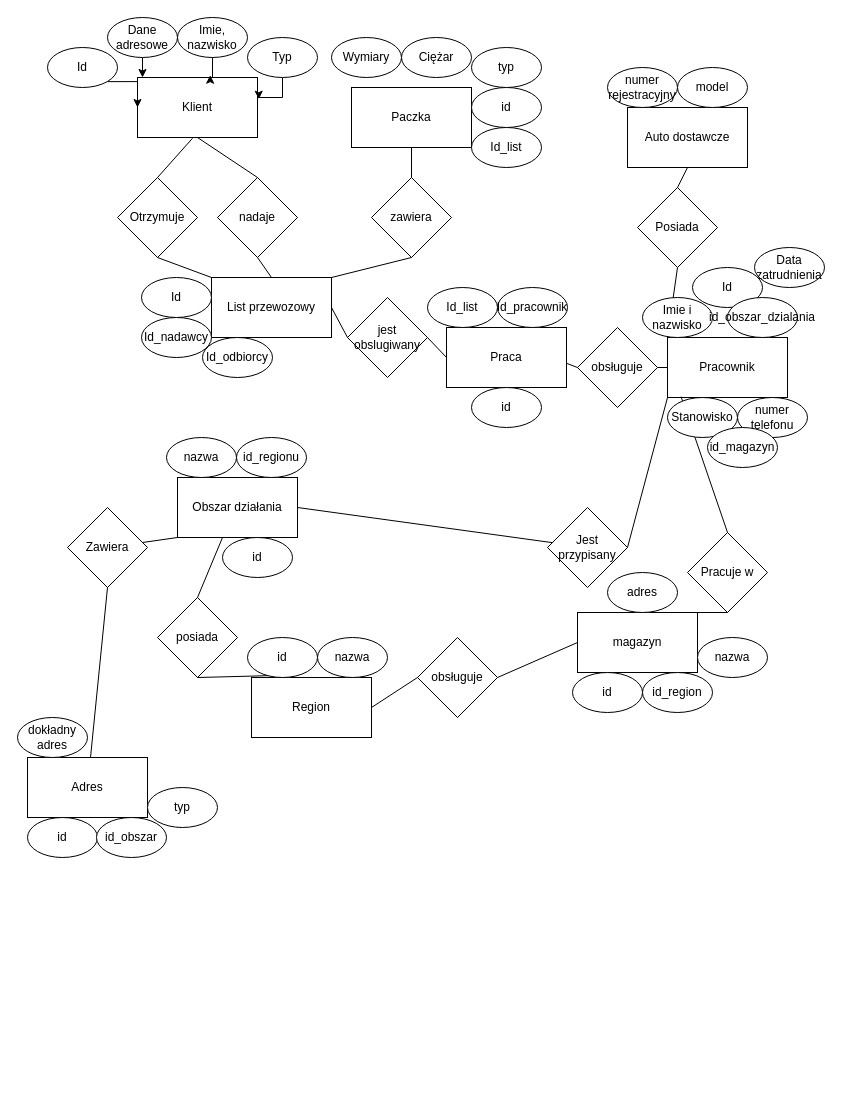
mariuszkrzyzopolski/mpr keeps this draw.io diagram as firma kurierska.drawio. Above is the earlier version. Source tidied: cells renumbered, new cells numbered last; positions are measured from the earlier drawing's top-left corner, leaving out a move shared by most shapes. Both pictures are drawn from the tidied source at 100%, with x=0, y=0 at pixel (17, 17).
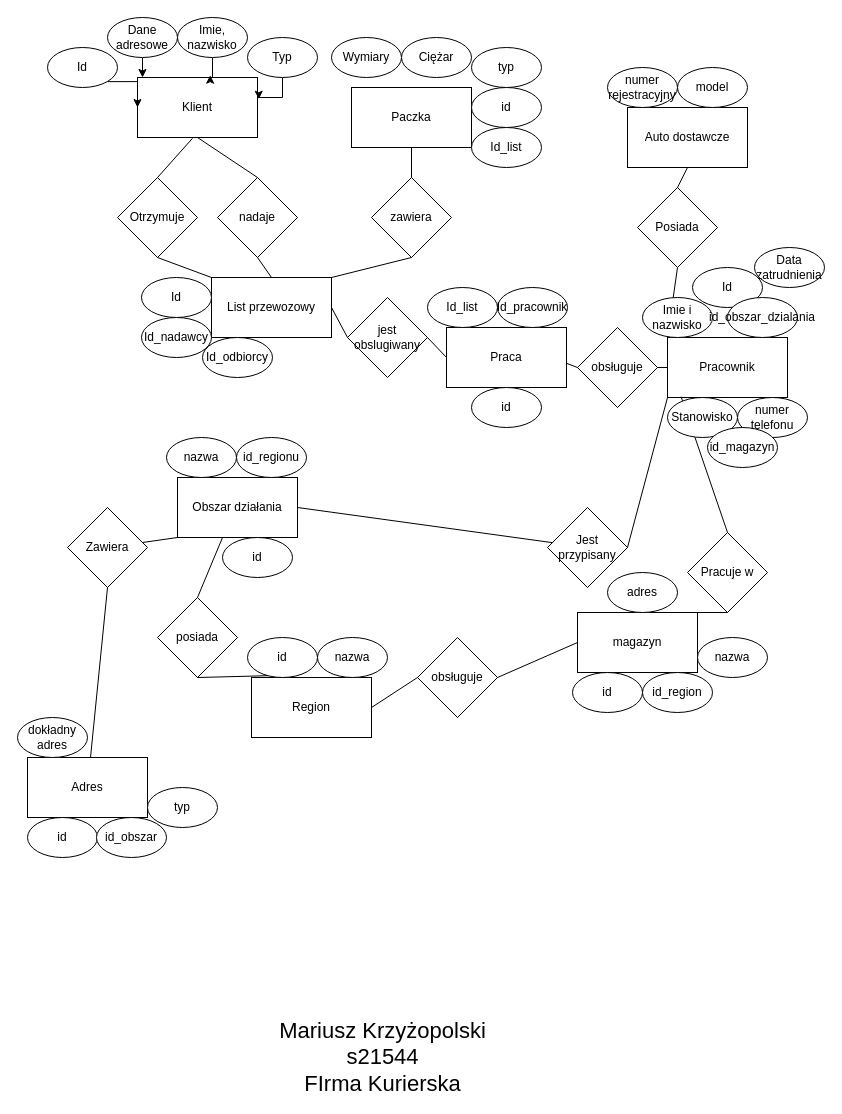
After the change.

Change to the diagram source:
```diff
@@
+    <mxCell id="86" value="&lt;font style=&quot;font-size: 22px&quot;&gt;Mariusz Krzyżopolski&lt;br&gt;s21544&lt;br&gt;FIrma Kurierska&lt;/font&gt;" style="text;html=1;align=center;verticalAlign=middle;fillColor=none;strokeColor=none;rounded=0;" parent="1" vertex="1">
+      <mxGeometry x="255" y="1010" width="220" height="60" as="geometry" />
+    </mxCell>
```
